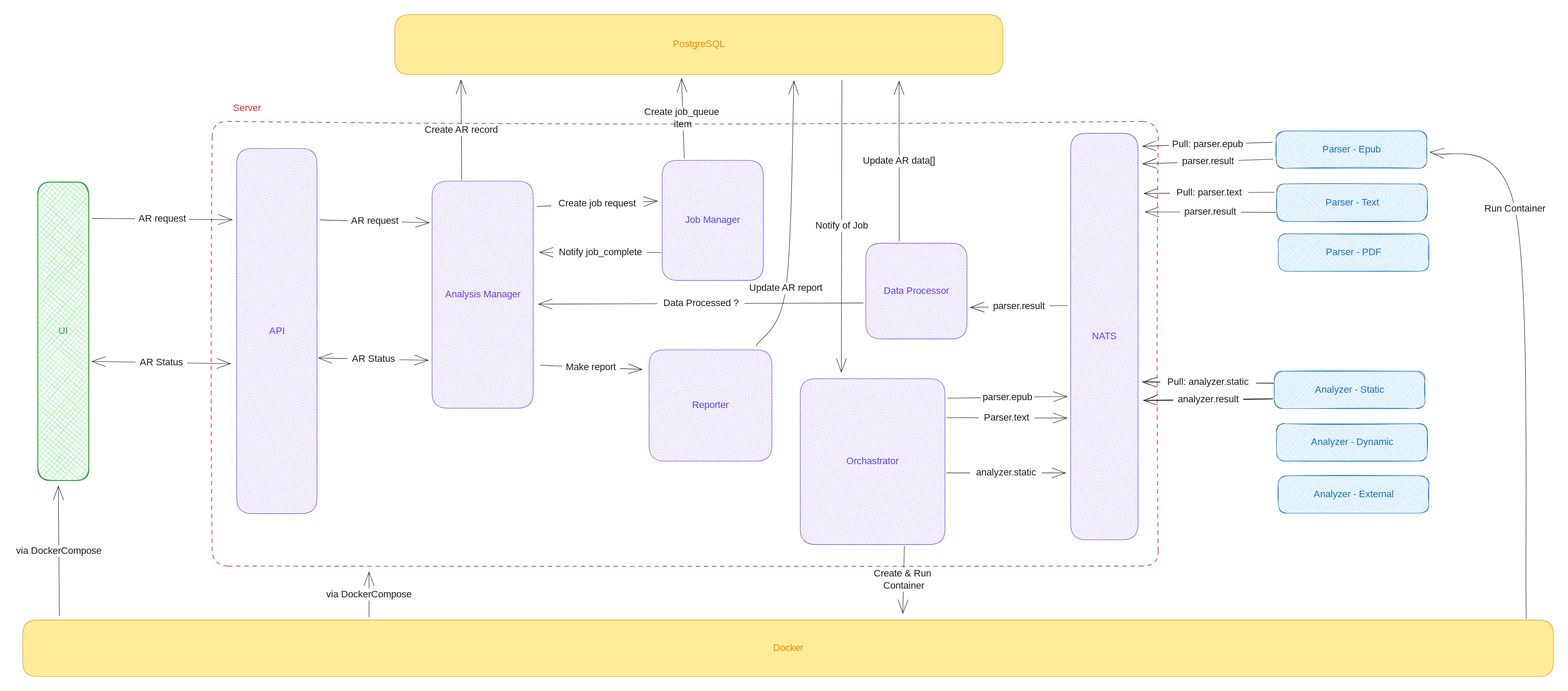
This is .gitbook/assets/file.excalidraw (1).svg from guardlight/documentation, a Excalidraw export, as it was before one commit. Source tidied: one line per element, renumbered; positions are measured from the earlier drawing's top-left corner, leaving out a move shared by most shapes.
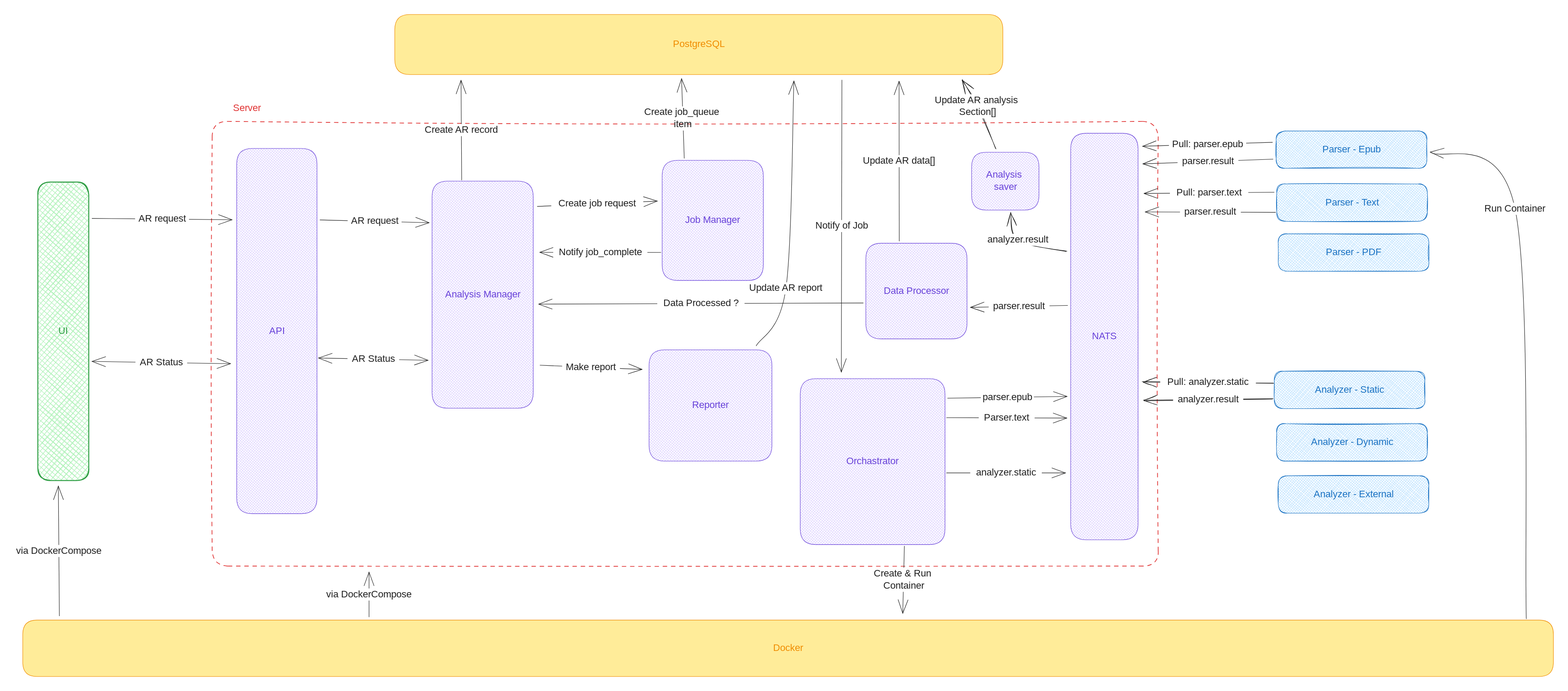
The same file after the commit.

Commit message:
GITBOOK-11: No subject

Change to the diagram source:
```diff
@@ -23,6 +23,8 @@
 {"id": 22, "type": "text", "text": "Orchastrator", "strokeColor": "#6741d9", "strokeWidth": 1, "roughness": 0, "fontSize": 20, "fontFamily": 1, "textAlign": "center", "verticalAlign": "middle", "inside": 21, "x": 1712, "y": 914, "width": 131, "height": 25}
 {"id": 23, "type": "rectangle", "strokeColor": "#6741d9", "backgroundColor": "#d0bfff", "fillStyle": "cross-hatch", "strokeWidth": 1, "roughness": 0, "round": true, "x": 2188, "y": 246, "width": 140, "height": 842}
 {"id": 24, "type": "text", "text": "NATS", "strokeColor": "#6741d9", "strokeWidth": 1, "roughness": 0, "fontSize": 20, "fontFamily": 1, "textAlign": "center", "verticalAlign": "middle", "inside": 23, "x": 2231, "y": 655, "width": 54, "height": 25}
+{"id": 88, "type": "rectangle", "strokeColor": "#6741d9", "backgroundColor": "#d0bfff", "fillStyle": "cross-hatch", "strokeWidth": 1, "roughness": 0, "round": true, "x": 1983, "y": 286, "width": 140, "height": 120}
+{"id": 89, "type": "text", "text": "Analysis \nsaver", "strokeColor": "#6741d9", "strokeWidth": 1, "roughness": 0, "fontSize": 20, "fontFamily": 1, "textAlign": "center", "verticalAlign": "middle", "inside": 88, "x": 2009, "y": 320, "width": 87, "height": 50}
 {"id": 25, "type": "rectangle", "strokeColor": "#6741d9", "backgroundColor": "#d0bfff", "fillStyle": "cross-hatch", "strokeWidth": 1, "roughness": 0, "round": true, "x": 865, "y": 345, "width": 210, "height": 471}
 {"id": 26, "type": "text", "text": "Analysis Manager", "strokeColor": "#6741d9", "strokeWidth": 1, "roughness": 0, "fontSize": 20, "fontFamily": 1, "textAlign": "center", "verticalAlign": "middle", "inside": 25, "x": 886, "y": 568, "width": 167, "height": 25}
 {"id": 27, "type": "rectangle", "strokeColor": "#6741d9", "backgroundColor": "#d0bfff", "fillStyle": "cross-hatch", "strokeWidth": 1, "roughness": 0, "round": true, "x": 1315, "y": 695, "width": 255, "height": 231}
@@ -86,3 +88,7 @@
 {"id": 85, "type": "text", "text": "Pull: analyzer.static", "strokeColor": "#1e1e1e", "backgroundColor": "#a5d8ff", "fillStyle": "cross-hatch", "strokeWidth": 1, "roughness": 1, "fontSize": 20, "fontFamily": 1, "textAlign": "center", "verticalAlign": "middle", "inside": 84, "x": 2373, "y": 750, "width": 198, "height": 25}
 {"id": 86, "type": "arrow", "strokeColor": "#1e1e1e", "backgroundColor": "#a5d8ff", "fillStyle": "cross-hatch", "strokeWidth": 1, "roughness": 1, "endArrowhead": "arrow", "round": true, "from": 13, "to": 23, "x": 2607, "y": 797, "width": 268, "height": 3, "points": [[0, 0], [-268, 3]]}
 {"id": 87, "type": "text", "text": "analyzer.result", "strokeColor": "#1e1e1e", "backgroundColor": "#a5d8ff", "fillStyle": "cross-hatch", "strokeWidth": 1, "roughness": 1, "fontSize": 20, "fontFamily": 1, "textAlign": "center", "verticalAlign": "middle", "inside": 86, "x": 2400, "y": 786, "width": 145, "height": 25}
+{"id": 90, "type": "arrow", "strokeColor": "#1e1e1e", "strokeWidth": 1, "roughness": 1, "endArrowhead": "arrow", "round": true, "from": 23, "to": 88, "x": 2179, "y": 490, "width": 116, "height": 80, "points": [[0, 0], [-100, -23], [-116, -80]]}
+{"id": 91, "type": "text", "text": "analyzer.result", "strokeColor": "#1e1e1e", "strokeWidth": 2, "roughness": 1, "fontSize": 20, "fontFamily": 1, "textAlign": "center", "verticalAlign": "middle", "inside": 90, "x": 2048, "y": 438, "width": 145, "height": 25}
+{"id": 92, "type": "arrow", "strokeColor": "#1e1e1e", "strokeWidth": 1, "roughness": 1, "endArrowhead": "arrow", "round": true, "from": 88, "to": 5, "x": 2033, "y": 279, "width": 69, "height": 144, "points": [[0, 0], [-37, -88], [-69, -144]]}
+{"id": 93, "type": "text", "text": "Update AR analysis \nSection[]", "strokeColor": "#1e1e1e", "strokeWidth": 1, "roughness": 1, "fontSize": 20, "fontFamily": 1, "textAlign": "center", "verticalAlign": "middle", "inside": 92, "x": 1896, "y": 182, "width": 204, "height": 50}
```
